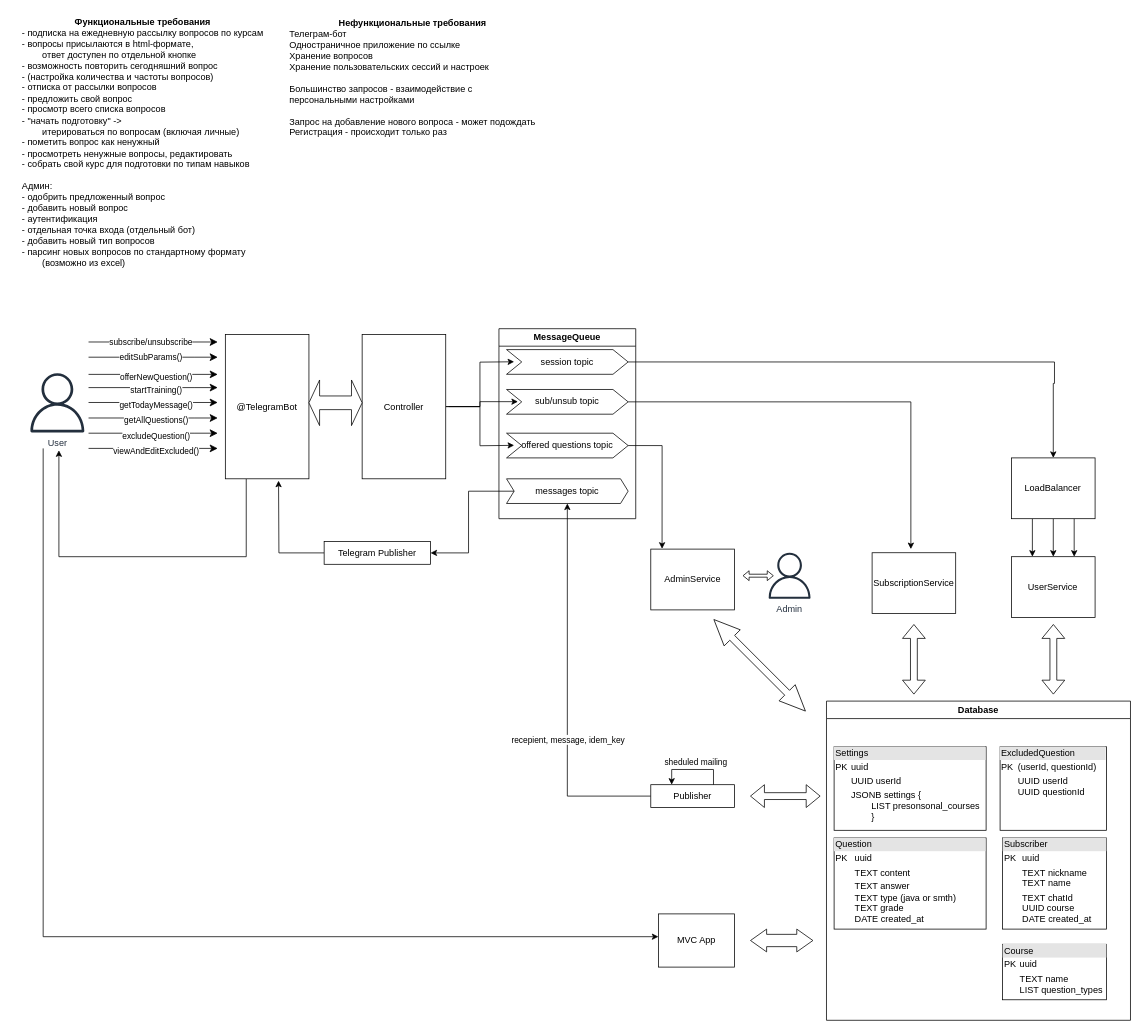
Before: SobesCracker.drawio in maksarts/test-project-files, a draw.io diagram. Source tidied: cells renumbered, new cells numbered last; positions are measured from the earlier drawing's top-left corner, leaving out a move shared by most shapes. Both pictures are drawn from the tidied source at 76%, with x=0, y=0 at pixel (13, 13).
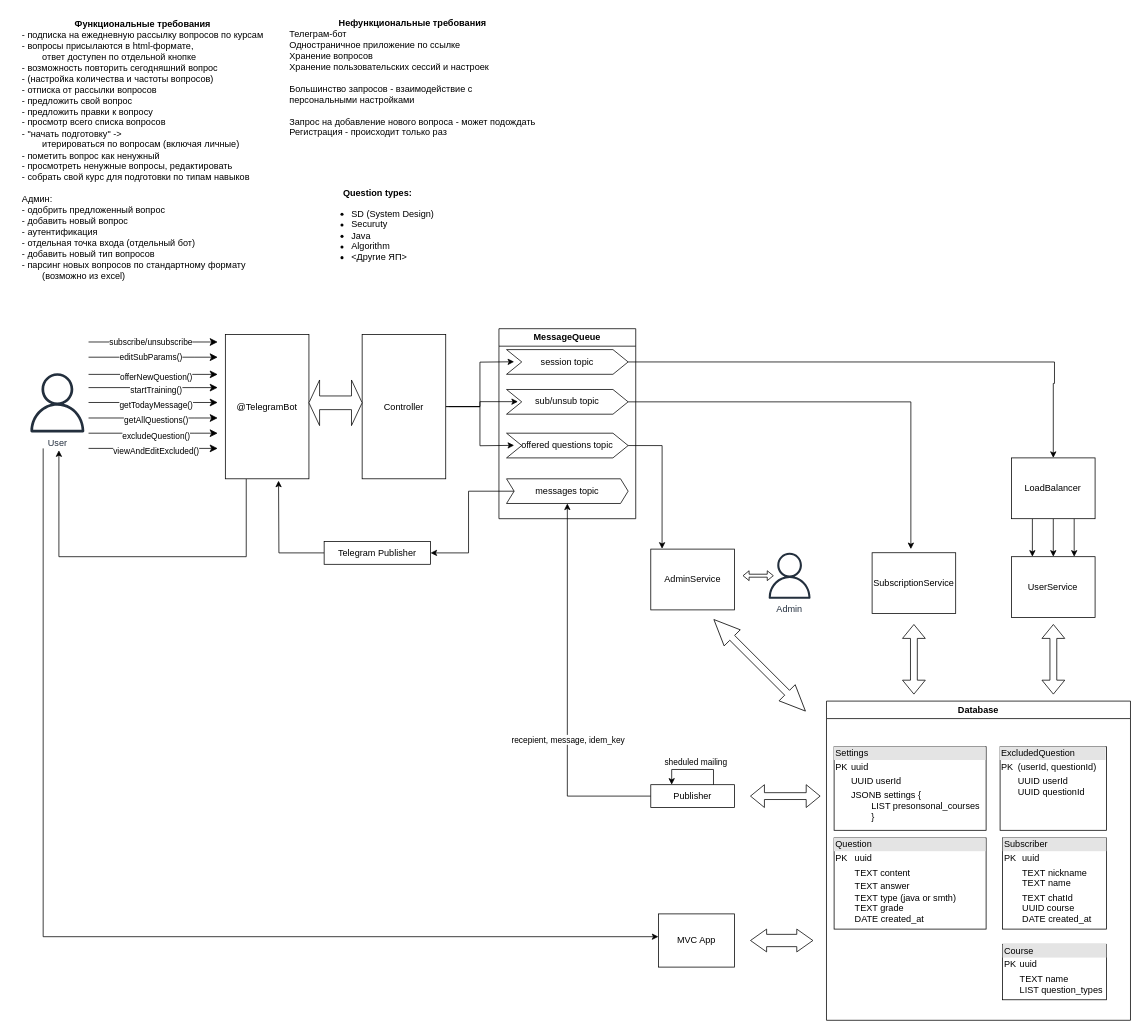
The same diagram, later.

Change to the diagram source:
```diff
@@
-    <mxCell id="2" value="&lt;b&gt;Функциональные требования&lt;/b&gt;&lt;div style=&quot;text-align: left;&quot;&gt;- подписка на ежедневную рассылку вопросов по курсам&lt;/div&gt;&lt;div style=&quot;text-align: left;&quot;&gt;- вопросы присылаются в html-формате,&amp;nbsp;&lt;/div&gt;&lt;div style=&quot;text-align: left;&quot;&gt;&lt;span style=&quot;white-space: pre;&quot;&gt;&#9;&lt;/span&gt;ответ доступен по отдельной кнопке&amp;nbsp;&lt;/div&gt;&lt;div style=&quot;text-align: left;&quot;&gt;- возможность повторить сегодняшний вопрос&lt;/div&gt;&lt;div style=&quot;text-align: left;&quot;&gt;- (настройка количества и частоты вопросов)&lt;/div&gt;&lt;div style=&quot;text-align: left;&quot;&gt;- отписка от рассылки вопросов&lt;/div&gt;&lt;div style=&quot;text-align: left;&quot;&gt;- предложить свой вопрос&lt;/div&gt;&lt;div style=&quot;text-align: left;&quot;&gt;- просмотр всего списка вопросов&lt;/div&gt;&lt;div style=&quot;text-align: left;&quot;&gt;&lt;span style=&quot;background-color: initial;&quot;&gt;- &quot;начать подготовку&quot; -&amp;gt;&amp;nbsp;&lt;/span&gt;&lt;/div&gt;&lt;div style=&quot;text-align: left;&quot;&gt;&lt;span style=&quot;white-space: pre;&quot;&gt;&#9;&lt;/span&gt;итерироваться по вопросам (включая личные)&lt;/div&gt;&lt;div style=&quot;text-align: left;&quot;&gt;- пометить вопрос как ненужный&lt;/div&gt;&lt;div style=&quot;text-align: left;&quot;&gt;- просмотреть ненужные вопросы, редактировать&lt;/div&gt;&lt;div style=&quot;text-align: left;&quot;&gt;- собрать свой курс для подготовки по типам навыков&lt;/div&gt;&lt;div style=&quot;text-align: left;&quot;&gt;&lt;br&gt;&lt;/div&gt;&lt;div style=&quot;text-align: left;&quot;&gt;Админ:&lt;br&gt;- одобрить предложенный вопрос&lt;br&gt;- добавить новый вопрос&lt;/div&gt;&lt;div style=&quot;text-align: left;&quot;&gt;- аутентификация&lt;/div&gt;&lt;div style=&quot;text-align: left;&quot;&gt;- отдельная точка входа (отдельный бот)&lt;/div&gt;&lt;div style=&quot;text-align: left;&quot;&gt;- добавить новый тип вопросов&lt;/div&gt;&lt;div style=&quot;text-align: left;&quot;&gt;- парсинг новых вопросов по стандартному формату&amp;nbsp;&lt;/div&gt;&lt;div style=&quot;text-align: left;&quot;&gt;&lt;span style=&quot;white-space: pre;&quot;&gt;&#9;&lt;/span&gt;(возможно из excel)&lt;/div&gt;" style="text;html=1;align=center;verticalAlign=middle;strokeColor=none;fillColor=none;" parent="1" vertex="1">
-      <mxGeometry width="340" height="340" as="geometry" />
+    <mxCell id="2" value="&lt;b&gt;Функциональные требования&lt;/b&gt;&lt;div style=&quot;text-align: left;&quot;&gt;- подписка на ежедневную рассылку вопросов по курсам&lt;/div&gt;&lt;div style=&quot;text-align: left;&quot;&gt;- вопросы присылаются в html-формате,&amp;nbsp;&lt;/div&gt;&lt;div style=&quot;text-align: left;&quot;&gt;&lt;span style=&quot;white-space: pre;&quot;&gt;&#9;&lt;/span&gt;ответ доступен по отдельной кнопке&amp;nbsp;&lt;/div&gt;&lt;div style=&quot;text-align: left;&quot;&gt;- возможность повторить сегодняшний вопрос&lt;/div&gt;&lt;div style=&quot;text-align: left;&quot;&gt;- (настройка количества и частоты вопросов)&lt;/div&gt;&lt;div style=&quot;text-align: left;&quot;&gt;- отписка от рассылки вопросов&lt;/div&gt;&lt;div style=&quot;text-align: left;&quot;&gt;- предложить свой вопрос&lt;/div&gt;&lt;div style=&quot;text-align: left;&quot;&gt;- предложить правки к вопросу&lt;/div&gt;&lt;div style=&quot;text-align: left;&quot;&gt;- просмотр всего списка вопросов&lt;/div&gt;&lt;div style=&quot;text-align: left;&quot;&gt;&lt;span style=&quot;background-color: initial;&quot;&gt;- &quot;начать подготовку&quot; -&amp;gt;&amp;nbsp;&lt;/span&gt;&lt;/div&gt;&lt;div style=&quot;text-align: left;&quot;&gt;&lt;span style=&quot;white-space: pre;&quot;&gt;&#9;&lt;/span&gt;итерироваться по вопросам (включая личные)&lt;/div&gt;&lt;div style=&quot;text-align: left;&quot;&gt;- пометить вопрос как ненужный&lt;/div&gt;&lt;div style=&quot;text-align: left;&quot;&gt;- просмотреть ненужные вопросы, редактировать&lt;/div&gt;&lt;div style=&quot;text-align: left;&quot;&gt;- собрать свой курс для подготовки по типам навыков&lt;/div&gt;&lt;div style=&quot;text-align: left;&quot;&gt;&lt;br&gt;&lt;/div&gt;&lt;div style=&quot;text-align: left;&quot;&gt;Админ:&lt;br&gt;- одобрить предложенный вопрос&lt;br&gt;- добавить новый вопрос&lt;/div&gt;&lt;div style=&quot;text-align: left;&quot;&gt;- аутентификация&lt;/div&gt;&lt;div style=&quot;text-align: left;&quot;&gt;- отдельная точка входа (отдельный бот)&lt;/div&gt;&lt;div style=&quot;text-align: left;&quot;&gt;- добавить новый тип вопросов&lt;/div&gt;&lt;div style=&quot;text-align: left;&quot;&gt;- парсинг новых вопросов по стандартному формату&amp;nbsp;&lt;/div&gt;&lt;div style=&quot;text-align: left;&quot;&gt;&lt;span style=&quot;white-space: pre;&quot;&gt;&#9;&lt;/span&gt;(возможно из excel)&lt;/div&gt;" style="text;html=1;align=center;verticalAlign=middle;strokeColor=none;fillColor=none;" parent="1" vertex="1">
+      <mxGeometry width="340" height="360" as="geometry" />
     </mxCell>
@@
+    <mxCell id="66" value="&lt;b&gt;Question types:&lt;/b&gt;&lt;div style=&quot;text-align: left;&quot;&gt;&lt;ul&gt;&lt;li&gt;SD (System Design)&lt;/li&gt;&lt;li&gt;Securuty&lt;/li&gt;&lt;li&gt;Java&lt;/li&gt;&lt;li&gt;Algorithm&lt;/li&gt;&lt;li&gt;&amp;lt;Другие ЯП&amp;gt;&lt;/li&gt;&lt;/ul&gt;&lt;/div&gt;" style="text;html=1;align=center;verticalAlign=middle;strokeColor=none;fillColor=none;" parent="1" vertex="1">
+      <mxGeometry x="394" y="225" width="170" height="120" as="geometry" />
+    </mxCell>
```
